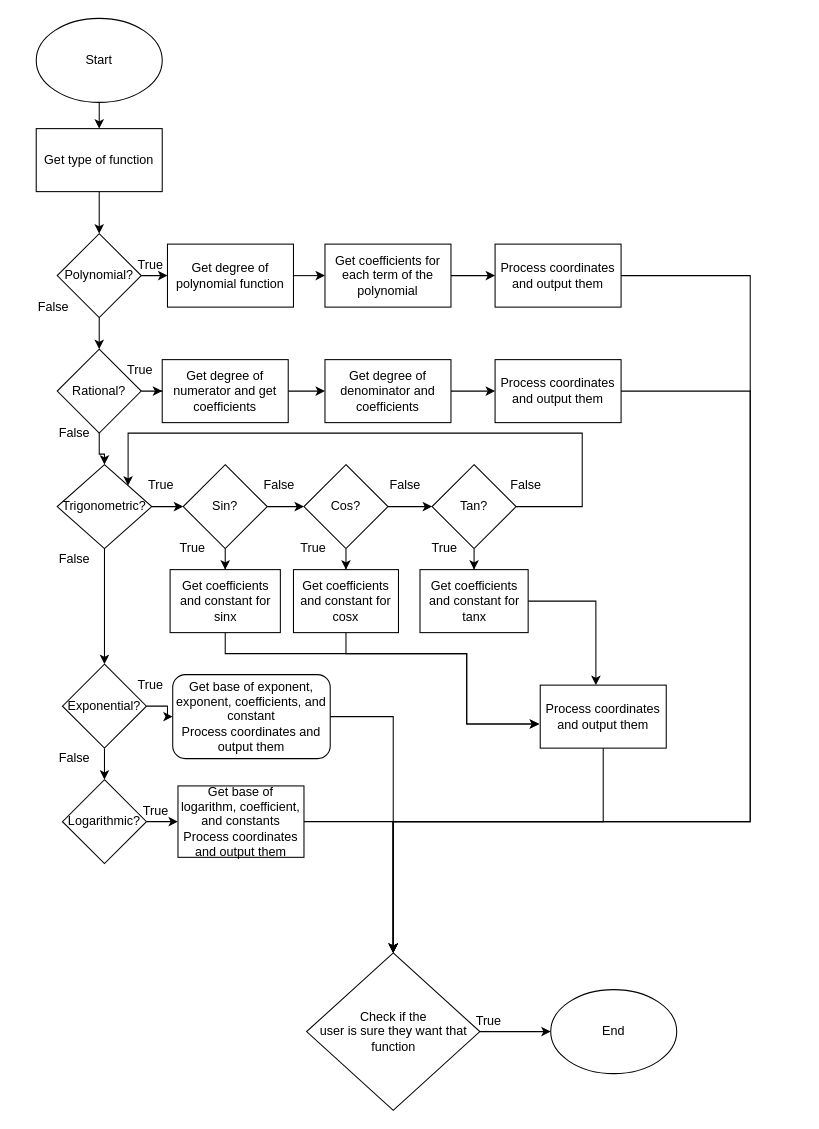
Before: SoftwareDesign.drawio in AveryChiu64/GraphingRobot, a draw.io diagram. Source tidied: cells renumbered, new cells numbered last; positions are measured from the earlier drawing's top-left corner, leaving out a move shared by most shapes. Both pictures are drawn from the tidied source at 105%, with x=0, y=0 at pixel (36, 18).
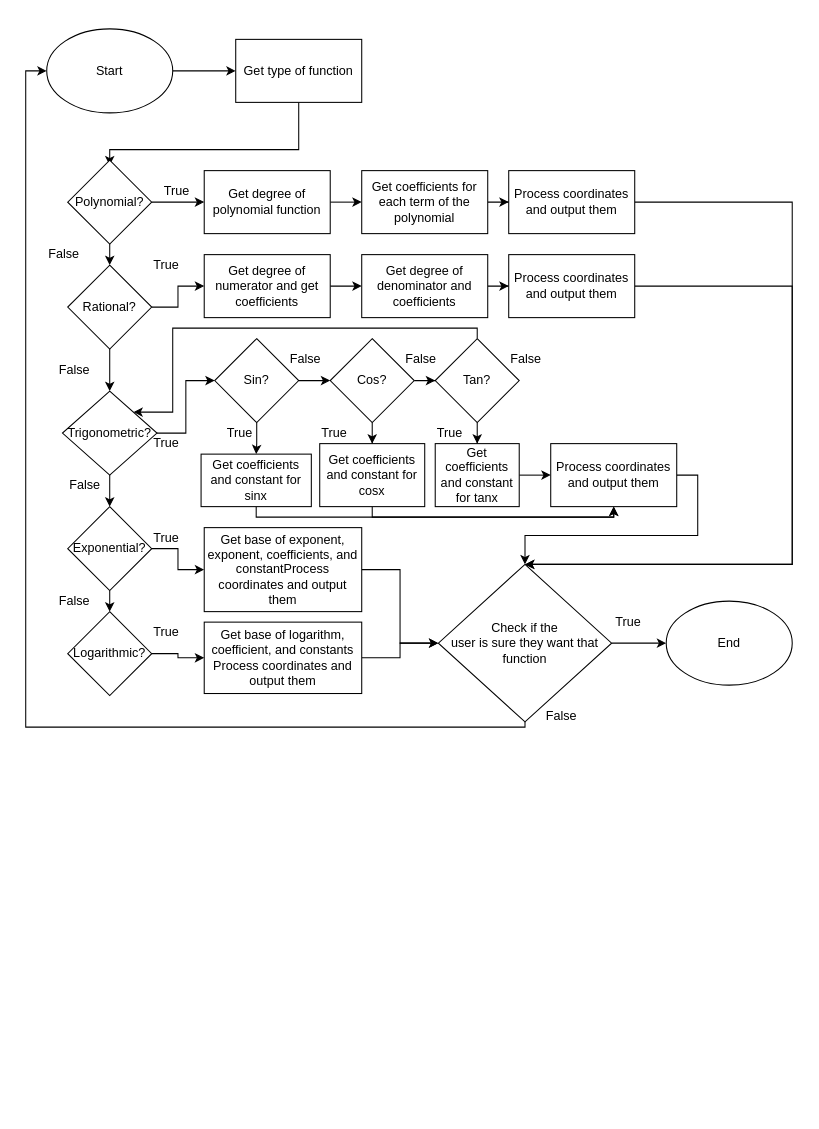
Above is the later version.

What changed in the source:
```diff
@@
     <mxCell id="3" value="Start" style="ellipse;whiteSpace=wrap;html=1;" parent="1" vertex="1">
-      <mxGeometry width="120" height="80" as="geometry" />
+      <mxGeometry x="10" y="10" width="120" height="80" as="geometry" />
     </mxCell>
@@
     <mxCell id="5" value="Get degree of polynomial function" style="rounded=0;whiteSpace=wrap;html=1;" parent="1" vertex="1">
-      <mxGeometry x="125" y="215" width="120" height="60" as="geometry" />
+      <mxGeometry x="160" y="145" width="120" height="60" as="geometry" />
     </mxCell>
-    <mxCell id="6" style="edgeStyle=orthogonalEdgeStyle;rounded=0;jettySize=auto;html=1;entryX=0;entryY=0.5;entryDx=0;entryDy=0;" parent="1" edge="1" source="7" target="71">
-      <mxGeometry relative="1" as="geometry" />
-    </mxCell>
+    <mxCell id="72" style="edgeStyle=orthogonalEdgeStyle;rounded=0;jettySize=auto;html=1;entryX=0;entryY=0.5;entryDx=0;entryDy=0;" parent="1" edge="1" source="7" target="101">
+      <mxGeometry relative="1" as="geometry" />
+    </mxCell>
     <mxCell id="7" value="Get coefficients for each term of the polynomial" style="rounded=0;whiteSpace=wrap;html=1;" parent="1" vertex="1">
-      <mxGeometry x="275" y="215" width="120" height="60" as="geometry" />
+      <mxGeometry x="310" y="145" width="120" height="60" as="geometry" />
     </mxCell>
@@
     <mxCell id="9" value="Get degree of numerator and get coefficients" style="rounded=0;whiteSpace=wrap;html=1;" parent="1" vertex="1">
-      <mxGeometry x="120" y="325" width="120" height="60" as="geometry" />
+      <mxGeometry x="160" y="225" width="120" height="60" as="geometry" />
     </mxCell>
-    <mxCell id="10" style="edgeStyle=orthogonalEdgeStyle;rounded=0;jettySize=auto;html=1;entryX=0;entryY=0.5;entryDx=0;entryDy=0;" parent="1" edge="1" source="11" target="69">
-      <mxGeometry relative="1" as="geometry" />
-    </mxCell>
+    <mxCell id="73" style="edgeStyle=orthogonalEdgeStyle;rounded=0;jettySize=auto;html=1;entryX=0;entryY=0.5;entryDx=0;entryDy=0;" parent="1" edge="1" source="11" target="99">
+      <mxGeometry relative="1" as="geometry" />
+    </mxCell>
     <mxCell id="11" value="Get degree of denominator and coefficients" style="rounded=0;whiteSpace=wrap;html=1;" parent="1" vertex="1">
-      <mxGeometry x="275" y="325" width="120" height="60" as="geometry" />
+      <mxGeometry x="310" y="225" width="120" height="60" as="geometry" />
     </mxCell>
-    <mxCell id="12" style="edgeStyle=orthogonalEdgeStyle;rounded=0;jettySize=auto;html=1;entryX=-0.008;entryY=0.617;entryDx=0;entryDy=0;entryPerimeter=0;" parent="1" edge="1" source="13" target="67">
-      <mxGeometry relative="1" as="geometry">
-        <Array as="points">
-          <mxPoint x="180" y="605" />
-          <mxPoint x="410" y="605" />
-          <mxPoint x="410" y="672" />
-        </Array>
-      </mxGeometry>
-    </mxCell>
+    <mxCell id="74" style="edgeStyle=orthogonalEdgeStyle;rounded=0;jettySize=auto;html=1;entryX=0.5;entryY=1;entryDx=0;entryDy=0;" parent="1" edge="1" source="13" target="97">
+      <mxGeometry relative="1" as="geometry">
+        <Array as="points">
+          <mxPoint x="210" y="475" />
+          <mxPoint x="550" y="475" />
+        </Array>
+      </mxGeometry>
+    </mxCell>
     <mxCell id="13" value="Get coefficients and constant for sinx" style="rounded=0;whiteSpace=wrap;html=1;" parent="1" vertex="1">
-      <mxGeometry x="127.5" y="525" width="105" height="60" as="geometry" />
+      <mxGeometry x="157" y="415" width="105" height="50" as="geometry" />
     </mxCell>
-    <mxCell id="14" style="edgeStyle=orthogonalEdgeStyle;rounded=0;jettySize=auto;html=1;entryX=-0.008;entryY=0.617;entryDx=0;entryDy=0;entryPerimeter=0;" parent="1" edge="1" source="15" target="67">
-      <mxGeometry relative="1" as="geometry">
-        <Array as="points">
-          <mxPoint x="295" y="605" />
-          <mxPoint x="410" y="605" />
-          <mxPoint x="410" y="672" />
-        </Array>
-      </mxGeometry>
-    </mxCell>
+    <mxCell id="75" style="edgeStyle=orthogonalEdgeStyle;rounded=0;jettySize=auto;html=1;entryX=0.5;entryY=1;entryDx=0;entryDy=0;" parent="1" edge="1" source="15" target="97">
+      <mxGeometry relative="1" as="geometry">
+        <Array as="points">
+          <mxPoint x="320" y="475" />
+          <mxPoint x="550" y="475" />
+        </Array>
+      </mxGeometry>
+    </mxCell>
     <mxCell id="15" value="Get coefficients and constant for cosx" style="rounded=0;whiteSpace=wrap;html=1;" parent="1" vertex="1">
-      <mxGeometry x="245" y="525" width="100" height="60" as="geometry" />
+      <mxGeometry x="270" y="405" width="100" height="60" as="geometry" />
     </mxCell>
-    <mxCell id="16" style="edgeStyle=orthogonalEdgeStyle;rounded=0;jettySize=auto;html=1;entryX=0.442;entryY=0;entryDx=0;entryDy=0;entryPerimeter=0;" parent="1" edge="1" source="17" target="67">
-      <mxGeometry relative="1" as="geometry">
-        <Array as="points">
-          <mxPoint x="533" y="555" />
-        </Array>
-      </mxGeometry>
-    </mxCell>
+    <mxCell id="76" style="edgeStyle=orthogonalEdgeStyle;rounded=0;jettySize=auto;html=1;exitX=1;exitY=0.5;exitDx=0;exitDy=0;entryX=0;entryY=0.5;entryDx=0;entryDy=0;" parent="1" edge="1" source="17" target="97">
+      <mxGeometry relative="1" as="geometry" />
+    </mxCell>
     <mxCell id="17" value="&lt;span style=&quot;white-space: normal&quot;&gt;Get coefficients and constant for tanx&lt;/span&gt;" style="rounded=0;whiteSpace=wrap;html=1;" parent="1" vertex="1">
-      <mxGeometry x="365.5" y="525" width="103" height="60" as="geometry" />
+      <mxGeometry x="380" y="405" width="80" height="60" as="geometry" />
     </mxCell>
-    <mxCell id="18" style="edgeStyle=orthogonalEdgeStyle;rounded=0;jettySize=auto;html=1;entryX=0.5;entryY=0;entryDx=0;entryDy=0;" parent="1" edge="1" source="19" target="23">
+    <mxCell id="18" style="edgeStyle=orthogonalEdgeStyle;rounded=0;jettySize=auto;html=1;entryX=0;entryY=0.5;entryDx=0;entryDy=0;" parent="1" edge="1" source="19" target="23">
       <mxGeometry relative="1" as="geometry" />
     </mxCell>
     <mxCell id="19" value="Get base of logarithm, coefficient, and constants&lt;br&gt;Process coordinates and output them" style="rounded=0;whiteSpace=wrap;html=1;" parent="1" vertex="1">
-      <mxGeometry x="135" y="731" width="120" height="68" as="geometry" />
+      <mxGeometry x="160" y="575" width="150" height="68" as="geometry" />
     </mxCell>
-    <mxCell id="20" style="edgeStyle=orthogonalEdgeStyle;rounded=0;jettySize=auto;html=1;entryX=0.5;entryY=0;entryDx=0;entryDy=0;" parent="1" edge="1" source="21" target="23">
-      <mxGeometry relative="1" as="geometry">
-        <Array as="points">
-          <mxPoint x="340" y="665" />
-        </Array>
-      </mxGeometry>
-    </mxCell>
-    <mxCell id="21" value="Get base of exponent, exponent, coefficients, and constant&lt;br&gt;Process coordinates and output them" style="rounded=1;whiteSpace=wrap;html=1;" parent="1" vertex="1">
-      <mxGeometry x="130" y="625" width="150" height="80" as="geometry" />
-    </mxCell>
@@
+    <mxCell id="77" style="edgeStyle=orthogonalEdgeStyle;rounded=0;jettySize=auto;html=1;entryX=0;entryY=0.5;entryDx=0;entryDy=0;" parent="1" edge="1" source="23" target="3">
+      <mxGeometry relative="1" as="geometry">
+        <Array as="points">
+          <mxPoint x="466" y="675" />
+          <mxPoint x="-10" y="675" />
+          <mxPoint x="-10" y="50" />
+        </Array>
+      </mxGeometry>
+    </mxCell>
     <mxCell id="23" value="Check if the &lt;br&gt;user is sure they want that function" style="rhombus;whiteSpace=wrap;html=1;" parent="1" vertex="1">
-      <mxGeometry x="257.5" y="890" width="165" height="150" as="geometry" />
+      <mxGeometry x="383" y="520" width="165" height="150" as="geometry" />
     </mxCell>
     <mxCell id="24" value="End" style="ellipse;whiteSpace=wrap;html=1;" parent="1" vertex="1">
-      <mxGeometry x="490" y="925" width="120" height="80" as="geometry" />
+      <mxGeometry x="600" y="555" width="120" height="80" as="geometry" />
     </mxCell>
-    <mxCell id="25" value="True" style="text;html=1;align=left;verticalAlign=top;spacingTop=-4;" parent="1" vertex="1">
-      <mxGeometry x="417" y="945" width="40" height="20" as="geometry" />
-    </mxCell>
-    <mxCell id="26" style="edgeStyle=orthogonalEdgeStyle;rounded=0;jettySize=auto;html=1;exitX=0.5;exitY=1;exitDx=0;exitDy=0;entryX=0;entryY=0.5;entryDx=0;entryDy=0;" parent="1" edge="1" source="27" target="30">
-      <mxGeometry relative="1" as="geometry" />
-    </mxCell>
+    <mxCell id="78" value="True" style="text;html=1;align=left;verticalAlign=top;spacingTop=-4;" parent="1" vertex="1">
+      <mxGeometry x="550" y="565" width="40" height="20" as="geometry" />
+    </mxCell>
+    <mxCell id="79" style="edgeStyle=orthogonalEdgeStyle;rounded=0;jettySize=auto;html=1;exitX=0.5;exitY=1;exitDx=0;exitDy=0;entryX=0;entryY=0.5;entryDx=0;entryDy=0;" parent="1" edge="1" source="27">
+      <mxGeometry relative="1" as="geometry">
+        <mxPoint x="70" y="140" as="targetPoint" />
+        <Array as="points">
+          <mxPoint x="250" y="125" />
+          <mxPoint x="70" y="125" />
+        </Array>
+      </mxGeometry>
+    </mxCell>
     <mxCell id="27" value="Get type of function" style="rounded=0;whiteSpace=wrap;html=1;" parent="1" vertex="1">
-      <mxGeometry y="105" width="120" height="60" as="geometry" />
+      <mxGeometry x="190" y="20" width="120" height="60" as="geometry" />
     </mxCell>
@@
     <mxCell id="30" value="Polynomial?" style="rhombus;whiteSpace=wrap;html=1;direction=south;" parent="1" vertex="1">
-      <mxGeometry x="20" y="205" width="80" height="80" as="geometry" />
+      <mxGeometry x="30" y="135" width="80" height="80" as="geometry" />
     </mxCell>
@@
     <mxCell id="33" value="Rational?" style="rhombus;whiteSpace=wrap;html=1;" parent="1" vertex="1">
-      <mxGeometry x="20" y="315" width="80" height="80" as="geometry" />
+      <mxGeometry x="30" y="235" width="80" height="80" as="geometry" />
     </mxCell>
@@
     <mxCell id="36" value="Trigonometric?" style="rhombus;whiteSpace=wrap;html=1;" parent="1" vertex="1">
-      <mxGeometry x="20" y="425" width="90" height="80" as="geometry" />
+      <mxGeometry x="25" y="355" width="90" height="80" as="geometry" />
     </mxCell>
@@
-    <mxCell id="38" style="edgeStyle=orthogonalEdgeStyle;rounded=0;jettySize=auto;html=1;entryX=0;entryY=0.5;entryDx=0;entryDy=0;" parent="1" edge="1" source="39" target="21">
-      <mxGeometry relative="1" as="geometry" />
-    </mxCell>
+    <mxCell id="80" style="edgeStyle=orthogonalEdgeStyle;rounded=0;jettySize=auto;html=1;exitX=1;exitY=0.5;exitDx=0;exitDy=0;" parent="1" edge="1" source="39" target="103">
+      <mxGeometry relative="1" as="geometry" />
+    </mxCell>
     <mxCell id="39" value="Exponential?" style="rhombus;whiteSpace=wrap;html=1;" parent="1" vertex="1">
-      <mxGeometry x="25" y="615" width="80" height="80" as="geometry" />
+      <mxGeometry x="30" y="465" width="80" height="80" as="geometry" />
     </mxCell>
@@
     <mxCell id="41" value="Logarithmic?" style="rhombus;whiteSpace=wrap;html=1;" parent="1" vertex="1">
-      <mxGeometry x="25" y="725" width="80" height="80" as="geometry" />
+      <mxGeometry x="30" y="565" width="80" height="80" as="geometry" />
     </mxCell>
@@
     <mxCell id="44" value="Sin?" style="rhombus;whiteSpace=wrap;html=1;" parent="1" vertex="1">
-      <mxGeometry x="140" y="425" width="80" height="80" as="geometry" />
+      <mxGeometry x="170" y="305" width="80" height="80" as="geometry" />
     </mxCell>
@@
     <mxCell id="47" value="Cos?" style="rhombus;whiteSpace=wrap;html=1;" parent="1" vertex="1">
-      <mxGeometry x="255" y="425" width="80" height="80" as="geometry" />
+      <mxGeometry x="280" y="305" width="80" height="80" as="geometry" />
     </mxCell>
+    <mxCell id="49" style="edgeStyle=orthogonalEdgeStyle;rounded=0;jettySize=auto;html=1;entryX=1;entryY=0;entryDx=0;entryDy=0;" parent="1" edge="1" source="50" target="36">
+      <mxGeometry relative="1" as="geometry">
+        <Array as="points">
+          <mxPoint x="420" y="295" />
+          <mxPoint x="130" y="295" />
+          <mxPoint x="130" y="375" />
+        </Array>
+      </mxGeometry>
+    </mxCell>
@@
-    <mxCell id="49" style="edgeStyle=orthogonalEdgeStyle;rounded=0;jettySize=auto;html=1;entryX=1;entryY=0;entryDx=0;entryDy=0;" parent="1" edge="1" source="50" target="36">
-      <mxGeometry relative="1" as="geometry">
-        <Array as="points">
-          <mxPoint x="520" y="465" />
-          <mxPoint x="520" y="395" />
-          <mxPoint x="88" y="395" />
-        </Array>
-      </mxGeometry>
-    </mxCell>
     <mxCell id="50" value="Tan?" style="rhombus;whiteSpace=wrap;html=1;" parent="1" vertex="1">
-      <mxGeometry x="377" y="425" width="80" height="80" as="geometry" />
+      <mxGeometry x="380" y="305" width="80" height="80" as="geometry" />
     </mxCell>
-    <mxCell id="51" value="True" style="text;html=1;align=left;verticalAlign=top;spacingTop=-4;" parent="1" vertex="1">
-      <mxGeometry x="95" y="225" width="40" height="20" as="geometry" />
-    </mxCell>
-    <mxCell id="52" value="True" style="text;html=1;align=left;verticalAlign=top;spacingTop=-4;" parent="1" vertex="1">
-      <mxGeometry x="85" y="325" width="40" height="20" as="geometry" />
-    </mxCell>
-    <mxCell id="53" value="True" style="text;html=1;align=left;verticalAlign=top;spacingTop=-4;" parent="1" vertex="1">
-      <mxGeometry x="105" y="435" width="40" height="20" as="geometry" />
-    </mxCell>
-    <mxCell id="54" value="True" style="text;html=1;align=left;verticalAlign=top;spacingTop=-4;" parent="1" vertex="1">
-      <mxGeometry x="95" y="625" width="40" height="20" as="geometry" />
-    </mxCell>
-    <mxCell id="55" value="True" style="text;html=1;align=left;verticalAlign=top;spacingTop=-4;" parent="1" vertex="1">
-      <mxGeometry x="100" y="745" width="40" height="20" as="geometry" />
-    </mxCell>
-    <mxCell id="56" value="True" style="text;html=1;align=left;verticalAlign=top;spacingTop=-4;" parent="1" vertex="1">
-      <mxGeometry x="135" y="495" width="40" height="20" as="geometry" />
-    </mxCell>
-    <mxCell id="57" value="True" style="text;html=1;align=left;verticalAlign=top;spacingTop=-4;" parent="1" vertex="1">
-      <mxGeometry x="250" y="495" width="40" height="20" as="geometry" />
-    </mxCell>
-    <mxCell id="58" value="True" style="text;html=1;align=left;verticalAlign=top;spacingTop=-4;" parent="1" vertex="1">
-      <mxGeometry x="375" y="495" width="40" height="20" as="geometry" />
-    </mxCell>
-    <mxCell id="59" value="False" style="text;html=1;align=left;verticalAlign=top;spacingTop=-4;" parent="1" vertex="1">
-      <mxGeometry x="20" y="695" width="40" height="20" as="geometry" />
-    </mxCell>
-    <mxCell id="60" value="False" style="text;html=1;align=left;verticalAlign=top;spacingTop=-4;" parent="1" vertex="1">
-      <mxGeometry x="20" y="505" width="40" height="20" as="geometry" />
-    </mxCell>
-    <mxCell id="61" value="False" style="text;html=1;align=left;verticalAlign=top;spacingTop=-4;" parent="1" vertex="1">
-      <mxGeometry x="20" y="385" width="40" height="20" as="geometry" />
-    </mxCell>
-    <mxCell id="62" value="False" style="text;html=1;align=left;verticalAlign=top;spacingTop=-4;" parent="1" vertex="1">
-      <mxGeometry y="265" width="40" height="20" as="geometry" />
-    </mxCell>
-    <mxCell id="63" value="False" style="text;html=1;align=left;verticalAlign=top;spacingTop=-4;" parent="1" vertex="1">
-      <mxGeometry x="215" y="435" width="40" height="20" as="geometry" />
-    </mxCell>
-    <mxCell id="64" value="False" style="text;html=1;align=left;verticalAlign=top;spacingTop=-4;" parent="1" vertex="1">
-      <mxGeometry x="335" y="435" width="40" height="20" as="geometry" />
-    </mxCell>
-    <mxCell id="65" value="False" style="text;html=1;align=left;verticalAlign=top;spacingTop=-4;" parent="1" vertex="1">
-      <mxGeometry x="450" y="435" width="40" height="20" as="geometry" />
-    </mxCell>
-    <mxCell id="66" style="edgeStyle=orthogonalEdgeStyle;rounded=0;jettySize=auto;html=1;entryX=0.5;entryY=0;entryDx=0;entryDy=0;" parent="1" edge="1" source="67" target="23">
-      <mxGeometry relative="1" as="geometry">
-        <Array as="points">
-          <mxPoint x="540" y="765" />
-          <mxPoint x="340" y="765" />
-        </Array>
-      </mxGeometry>
-    </mxCell>
-    <mxCell id="67" value="&lt;span style=&quot;white-space: normal&quot;&gt;Process coordinates and output them&lt;/span&gt;" style="rounded=0;whiteSpace=wrap;html=1;" parent="1" vertex="1">
-      <mxGeometry x="480" y="635" width="120" height="60" as="geometry" />
-    </mxCell>
-    <mxCell id="68" style="edgeStyle=orthogonalEdgeStyle;rounded=0;jettySize=auto;html=1;entryX=0.5;entryY=0;entryDx=0;entryDy=0;" parent="1" edge="1" source="69" target="23">
-      <mxGeometry relative="1" as="geometry">
-        <Array as="points">
-          <mxPoint x="680" y="355" />
-          <mxPoint x="680" y="765" />
-          <mxPoint x="340" y="765" />
-        </Array>
-      </mxGeometry>
-    </mxCell>
-    <mxCell id="69" value="&lt;span style=&quot;white-space: normal&quot;&gt;Process coordinates and output them&lt;/span&gt;" style="rounded=0;whiteSpace=wrap;html=1;" parent="1" vertex="1">
-      <mxGeometry x="437" y="325" width="120" height="60" as="geometry" />
-    </mxCell>
-    <mxCell id="70" style="edgeStyle=orthogonalEdgeStyle;rounded=0;jettySize=auto;html=1;entryX=0.5;entryY=0;entryDx=0;entryDy=0;" parent="1" edge="1" source="71" target="23">
-      <mxGeometry relative="1" as="geometry">
-        <Array as="points">
-          <mxPoint x="680" y="245" />
-          <mxPoint x="680" y="765" />
-          <mxPoint x="340" y="765" />
-        </Array>
-      </mxGeometry>
-    </mxCell>
-    <mxCell id="71" value="&lt;span style=&quot;white-space: normal&quot;&gt;Process coordinates and output them&lt;/span&gt;" style="rounded=0;whiteSpace=wrap;html=1;" parent="1" vertex="1">
-      <mxGeometry x="437" y="215" width="120" height="60" as="geometry" />
-    </mxCell>
+    <mxCell id="81" value="True" style="text;html=1;align=left;verticalAlign=top;spacingTop=-4;" parent="1" vertex="1">
+      <mxGeometry x="120" y="155" width="40" height="20" as="geometry" />
+    </mxCell>
+    <mxCell id="82" value="True" style="text;html=1;align=left;verticalAlign=top;spacingTop=-4;" parent="1" vertex="1">
+      <mxGeometry x="110" y="395" width="40" height="20" as="geometry" />
+    </mxCell>
+    <mxCell id="83" value="True" style="text;html=1;align=left;verticalAlign=top;spacingTop=-4;" parent="1" vertex="1">
+      <mxGeometry x="180" y="385" width="40" height="20" as="geometry" />
+    </mxCell>
+    <mxCell id="84" value="True" style="text;html=1;align=left;verticalAlign=top;spacingTop=-4;" parent="1" vertex="1">
+      <mxGeometry x="110" y="485" width="40" height="20" as="geometry" />
+    </mxCell>
+    <mxCell id="85" value="True" style="text;html=1;align=left;verticalAlign=top;spacingTop=-4;" parent="1" vertex="1">
+      <mxGeometry x="110" y="575" width="40" height="20" as="geometry" />
+    </mxCell>
+    <mxCell id="86" value="True" style="text;html=1;align=left;verticalAlign=top;spacingTop=-4;" parent="1" vertex="1">
+      <mxGeometry x="270" y="385" width="40" height="20" as="geometry" />
+    </mxCell>
+    <mxCell id="87" value="True" style="text;html=1;align=left;verticalAlign=top;spacingTop=-4;" parent="1" vertex="1">
+      <mxGeometry x="110" y="225" width="40" height="20" as="geometry" />
+    </mxCell>
+    <mxCell id="88" value="True" style="text;html=1;align=left;verticalAlign=top;spacingTop=-4;" parent="1" vertex="1">
+      <mxGeometry x="380" y="385" width="40" height="20" as="geometry" />
+    </mxCell>
+    <mxCell id="89" value="False" style="text;html=1;align=left;verticalAlign=top;spacingTop=-4;" parent="1" vertex="1">
+      <mxGeometry x="20" y="545" width="40" height="20" as="geometry" />
+    </mxCell>
+    <mxCell id="90" value="False" style="text;html=1;align=left;verticalAlign=top;spacingTop=-4;" parent="1" vertex="1">
+      <mxGeometry x="30" y="435" width="40" height="20" as="geometry" />
+    </mxCell>
+    <mxCell id="91" value="False" style="text;html=1;align=left;verticalAlign=top;spacingTop=-4;" parent="1" vertex="1">
+      <mxGeometry x="20" y="325" width="40" height="20" as="geometry" />
+    </mxCell>
+    <mxCell id="92" value="False" style="text;html=1;align=left;verticalAlign=top;spacingTop=-4;" parent="1" vertex="1">
+      <mxGeometry x="10" y="215" width="40" height="20" as="geometry" />
+    </mxCell>
+    <mxCell id="93" value="False" style="text;html=1;align=left;verticalAlign=top;spacingTop=-4;" parent="1" vertex="1">
+      <mxGeometry x="240" y="315" width="40" height="20" as="geometry" />
+    </mxCell>
+    <mxCell id="94" value="False" style="text;html=1;align=left;verticalAlign=top;spacingTop=-4;" parent="1" vertex="1">
+      <mxGeometry x="350" y="315" width="40" height="20" as="geometry" />
+    </mxCell>
+    <mxCell id="95" value="False" style="text;html=1;align=left;verticalAlign=top;spacingTop=-4;" parent="1" vertex="1">
+      <mxGeometry x="450" y="315" width="40" height="20" as="geometry" />
+    </mxCell>
+    <mxCell id="96" style="edgeStyle=orthogonalEdgeStyle;rounded=0;jettySize=auto;html=1;exitX=1;exitY=0.5;exitDx=0;exitDy=0;" parent="1" edge="1" source="97" target="23">
+      <mxGeometry relative="1" as="geometry" />
+    </mxCell>
+    <mxCell id="97" value="&lt;span style=&quot;white-space: normal&quot;&gt;Process coordinates and output them&lt;/span&gt;" style="rounded=0;whiteSpace=wrap;html=1;" parent="1" vertex="1">
+      <mxGeometry x="490" y="405" width="120" height="60" as="geometry" />
+    </mxCell>
+    <mxCell id="98" style="edgeStyle=orthogonalEdgeStyle;rounded=0;jettySize=auto;html=1;entryX=0.5;entryY=0;entryDx=0;entryDy=0;" parent="1" edge="1" source="99" target="23">
+      <mxGeometry relative="1" as="geometry">
+        <Array as="points">
+          <mxPoint x="720" y="255" />
+          <mxPoint x="720" y="520" />
+        </Array>
+      </mxGeometry>
+    </mxCell>
+    <mxCell id="99" value="&lt;span style=&quot;white-space: normal&quot;&gt;Process coordinates and output them&lt;/span&gt;" style="rounded=0;whiteSpace=wrap;html=1;" parent="1" vertex="1">
+      <mxGeometry x="450" y="225" width="120" height="60" as="geometry" />
+    </mxCell>
+    <mxCell id="100" style="edgeStyle=orthogonalEdgeStyle;rounded=0;jettySize=auto;html=1;entryX=0.5;entryY=0;entryDx=0;entryDy=0;" parent="1" edge="1" source="101" target="23">
+      <mxGeometry relative="1" as="geometry">
+        <Array as="points">
+          <mxPoint x="720" y="175" />
+          <mxPoint x="720" y="520" />
+        </Array>
+      </mxGeometry>
+    </mxCell>
+    <mxCell id="101" value="&lt;span style=&quot;white-space: normal&quot;&gt;Process coordinates and output them&lt;/span&gt;" style="rounded=0;whiteSpace=wrap;html=1;" parent="1" vertex="1">
+      <mxGeometry x="450" y="145" width="120" height="60" as="geometry" />
+    </mxCell>
+    <mxCell id="102" style="edgeStyle=orthogonalEdgeStyle;rounded=0;jettySize=auto;html=1;entryX=0;entryY=0.5;entryDx=0;entryDy=0;" parent="1" edge="1" source="103" target="23">
+      <mxGeometry relative="1" as="geometry" />
+    </mxCell>
+    <mxCell id="103" value="&lt;span style=&quot;text-align: left&quot;&gt;Get base of exponent, exponent, coefficients, and constantProcess coordinates and output them&lt;/span&gt;" style="rounded=0;whiteSpace=wrap;html=1;" parent="1" vertex="1">
+      <mxGeometry x="160" y="485" width="150" height="80" as="geometry" />
+    </mxCell>
+    <mxCell id="104" value="False" style="text;html=1;align=center;verticalAlign=middle;" parent="1" vertex="1">
+      <mxGeometry x="480" y="655" width="40" height="20" as="geometry" />
+    </mxCell>
```
